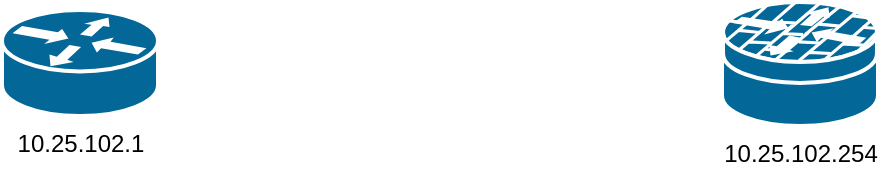
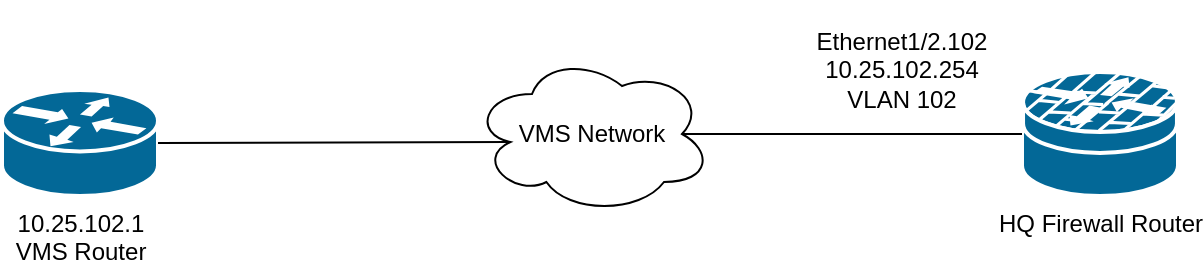
<mxfile host="app.diagrams.net">
  <diagram name="Page-1" id="4S8Gl4sf2LsPPyjwvW3X">
    <mxGraphModel dx="1400" dy="729" grid="1" gridSize="10" guides="1" tooltips="1" connect="1" arrows="1" fold="1" page="1" pageScale="1" pageWidth="850" pageHeight="1100" math="0" shadow="0">
      <root>
        <mxCell id="0" />
        <mxCell id="1" parent="0" />
-         <mxCell id="08-S4UHzcj1Pybimo4jH-1" parent="1" style="strokeColor=#ffffff;sketch=0;html=1;pointerEvents=1;dashed=0;fillColor=#036897;strokeWidth=2;verticalLabelPosition=bottom;verticalAlign=top;align=center;outlineConnect=0;shape=mxgraph.cisco.routers.router;" value="10.25.102.1" vertex="1">
-           <mxGeometry height="53" width="78" x="130" y="280" as="geometry" />
+         <mxCell id="08-S4UHzcj1Pybimo4jH-1" parent="1" style="strokeColor=#ffffff;sketch=0;html=1;pointerEvents=1;dashed=0;fillColor=#036897;strokeWidth=2;verticalLabelPosition=bottom;verticalAlign=top;align=center;outlineConnect=0;shape=mxgraph.cisco.routers.router;" value="10.25.102.1&lt;div&gt;VMS Router&lt;/div&gt;" vertex="1">
+           <mxGeometry height="53" width="78" x="130" y="285" as="geometry" />
        </mxCell>
-         <mxCell id="08-S4UHzcj1Pybimo4jH-2" parent="1" style="shape=mxgraph.cisco.security.router_firewall;sketch=0;html=1;pointerEvents=1;dashed=0;fillColor=#036897;strokeColor=#ffffff;strokeWidth=2;verticalLabelPosition=bottom;verticalAlign=top;align=center;outlineConnect=0;" value="10.25.102.254" vertex="1">
-           <mxGeometry height="62" width="78" x="490.00000000000006" y="276" as="geometry" />
+         <mxCell id="08-S4UHzcj1Pybimo4jH-2" parent="1" style="shape=mxgraph.cisco.security.router_firewall;sketch=0;html=1;pointerEvents=1;dashed=0;fillColor=#036897;strokeColor=#ffffff;strokeWidth=2;verticalLabelPosition=bottom;verticalAlign=top;align=center;outlineConnect=0;" value="&lt;div&gt;HQ Firewall Router&lt;/div&gt;" vertex="1">
+           <mxGeometry height="62" width="78" x="640" y="276" as="geometry" />
+         </mxCell>
+         <mxCell id="08-S4UHzcj1Pybimo4jH-3" parent="1" style="ellipse;shape=cloud;whiteSpace=wrap;html=1;" value="VMS Network" vertex="1">
+           <mxGeometry height="80" width="120" x="365" y="267" as="geometry" />
+         </mxCell>
+         <mxCell id="08-S4UHzcj1Pybimo4jH-4" edge="1" parent="1" source="08-S4UHzcj1Pybimo4jH-3" style="endArrow=none;html=1;rounded=0;entryX=0;entryY=0.5;entryDx=0;entryDy=0;entryPerimeter=0;exitX=0.875;exitY=0.5;exitDx=0;exitDy=0;exitPerimeter=0;" target="08-S4UHzcj1Pybimo4jH-2" value="">
+           <mxGeometry height="50" relative="1" width="50" as="geometry">
+             <mxPoint x="430" y="458.5" as="sourcePoint" />
+             <mxPoint x="430" y="290.5" as="targetPoint" />
+           </mxGeometry>
+         </mxCell>
+         <mxCell id="08-S4UHzcj1Pybimo4jH-5" edge="1" parent="1" source="08-S4UHzcj1Pybimo4jH-1" style="endArrow=none;html=1;rounded=0;entryX=0.16;entryY=0.55;entryDx=0;entryDy=0;entryPerimeter=0;exitX=1;exitY=0.5;exitDx=0;exitDy=0;exitPerimeter=0;" target="08-S4UHzcj1Pybimo4jH-3" value="">
+           <mxGeometry height="50" relative="1" width="50" as="geometry">
+             <mxPoint x="430" y="458.5" as="sourcePoint" />
+             <mxPoint x="430" y="290.5" as="targetPoint" />
+           </mxGeometry>
+         </mxCell>
+         <mxCell id="08-S4UHzcj1Pybimo4jH-6" parent="1" style="text;html=1;whiteSpace=wrap;strokeColor=none;fillColor=none;align=center;verticalAlign=middle;rounded=0;" value="&lt;div&gt;Ethernet1/2.102&lt;/div&gt;10.25.102.254&lt;div&gt;VLAN 102&lt;/div&gt;" vertex="1">
+           <mxGeometry height="70" width="120" x="520" y="240" as="geometry" />
        </mxCell>
      </root>
    </mxGraphModel>
  </diagram>
</mxfile>
